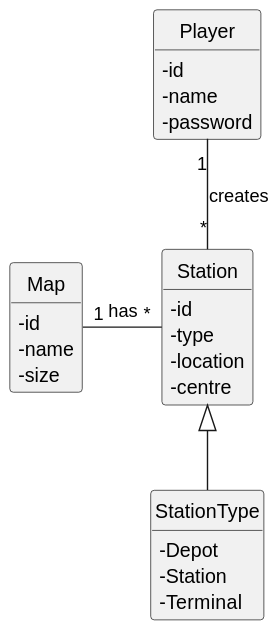
Before: docs/sprint1/us005/02.analysis/svg/us005-domain-model.svg, a diagram exported from PlantUML (ivasduarte/all-aboard).
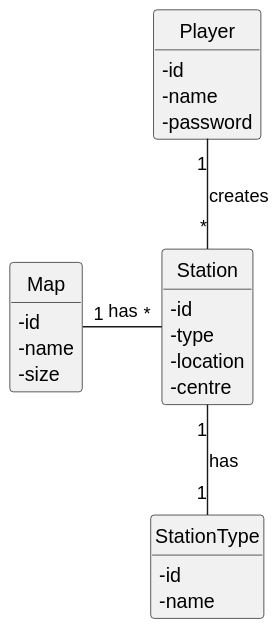
Later version of the same file.

Commit message:
US005(docs): Updated domain model

What changed in the source:
```diff
@@ -23,10 +23,9 @@
     - centre
 }
 
-class StationType extends Station{
-    - Depot
-    - Station
-    - Terminal
+class StationType{
+    - id
+    - name
 }
 
 class Player {
@@ -38,4 +37,5 @@
 
 Map "1" - "*" Station : has
 Player "1" -- "*" Station : creates
+Station "1" -- "1" StationType : has
 @enduml
```
